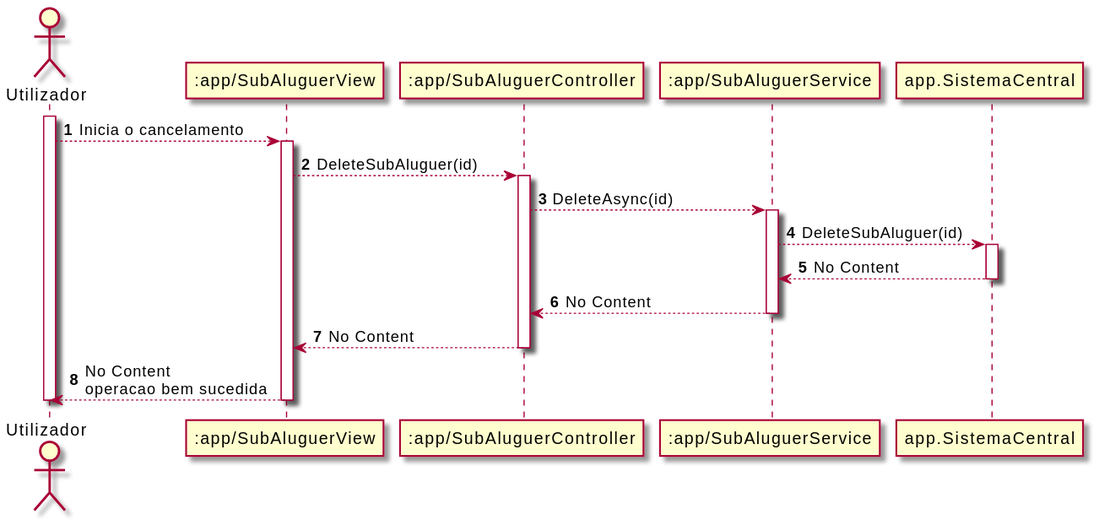
This is Documentos/Sprint4/UC6/UC6_SD.svg from UPskillDOTNET/Jakim-das-Coives-S.A., a PlantUML export, as it was before one commit.
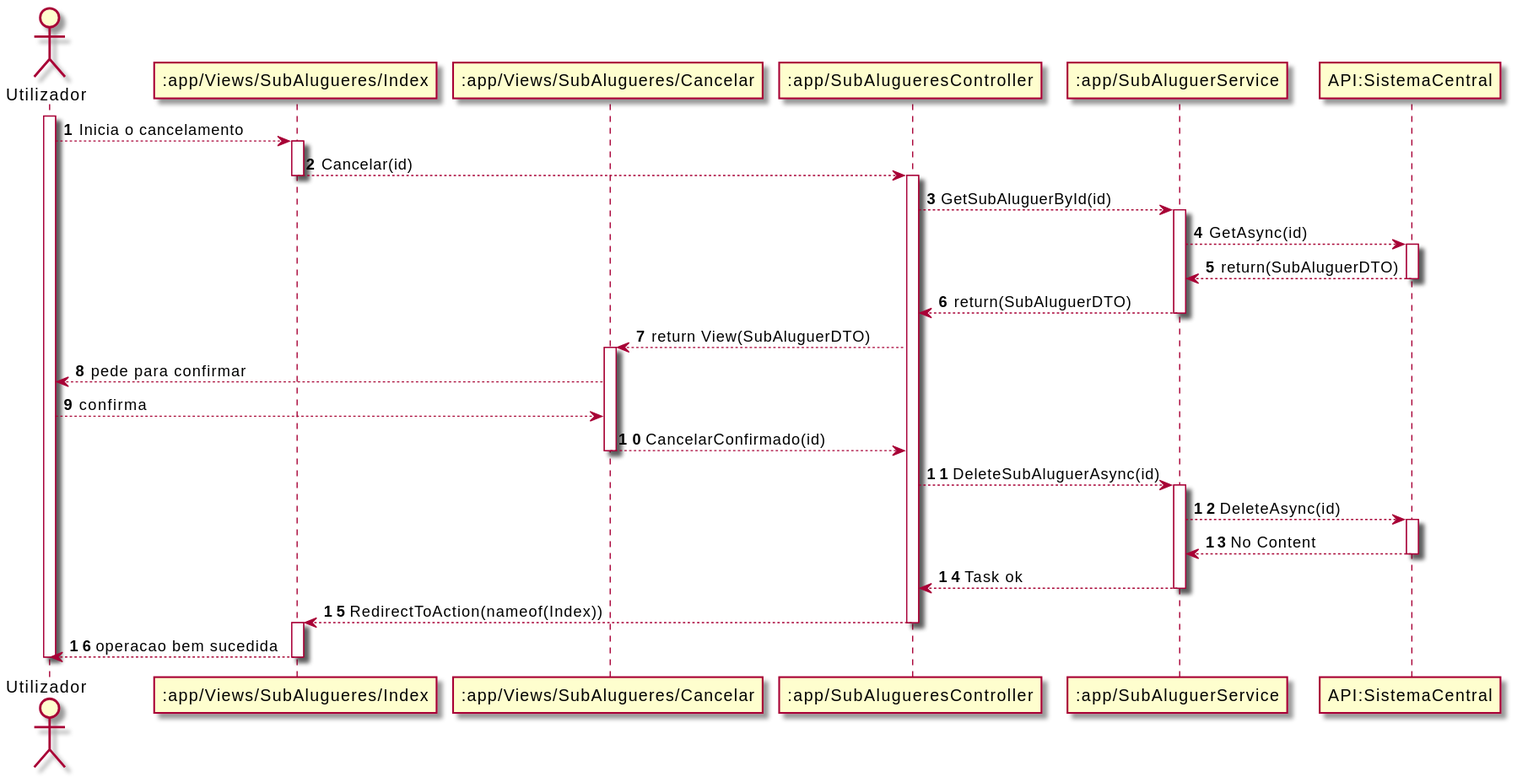
After the change.

Change to the diagram source:
```diff
@@ -1,36 +1,61 @@
 @startuml
 autonumber
 actor "Utilizador" as U
-participant ":app/SubAluguerView" as SAV
-participant ":app/SubAluguerController" as SAC
-participant ":app/SubAluguerService" as SAS
-participant "app.SistemaCentral" as API
+participant ":app/Views/SubAlugueres/Index" as SIV
+participant ":app/Views/SubAlugueres/Cancelar" as SCV
+participant ":app/SubAlugueresController" as SC
+participant ":app/SubAluguerService" as SS
+participant "API:SistemaCentral" as API
 
 activate U
 
-U --> SAV: Inicia o cancelamento
-activate SAV
+U --> SIV: Inicia o cancelamento
+activate SIV
 
-SAV --> SAC: DeleteSubAluguer(id)
-activate SAC
+SIV --> SC: Cancelar(id)
+deactivate SIV
+activate SC
 
-SAC --> SAS: DeleteAsync(id)
-activate SAS
+SC --> SS: GetSubAluguerById(id)
+activate SS
 
-SAS --> API: DeleteSubAluguer(id)
+SS --> API: GetAsync(id)
 activate API
 
-API --> SAS:No Content
+API --> SS: return(SubAluguerDTO)
 deactivate API
 
-SAS --> SAC: No Content
-deactivate SAS
+SS --> SC: return(SubAluguerDTO)
+deactivate SS
 
-SAC --> SAV: No Content
-deactivate SAC
+SC --> SCV: return View(SubAluguerDTO)
+activate SCV
 
-SAV --> U: No Content\noperacao bem sucedida
-deactivate SAV
+SCV --> U: pede para confirmar
+
+U --> SCV: confirma
+
+SCV --> SC: CancelarConfirmado(id)
+deactivate SCV
+
+SC --> SS: DeleteSubAluguerAsync(id)
+activate SS
+
+SS --> API: DeleteAsync(id)
+activate API
+
+API --> SS:No Content
+deactivate API
+
+SS --> SC: Task ok
+deactivate SS
+
+SC --> SIV: RedirectToAction(nameof(Index))
+deactivate SC
+activate SIV
+
+SIV --> U: operacao bem sucedida
+deactivate SIV
 
 deactivate U
 @enduml
```
